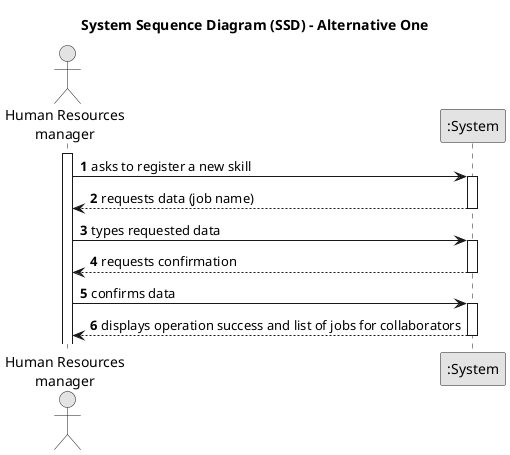
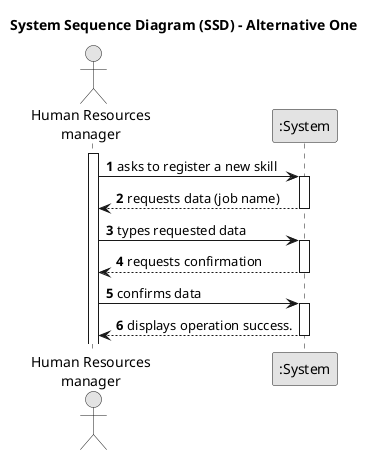
@startuml
skinparam monochrome true
skinparam packageStyle rectangle
skinparam shadowing false

title System Sequence Diagram (SSD) - Alternative One

autonumber

actor "Human Resources\nmanager" as Manager
participant ":System" as System

activate Manager

    Manager -> System : asks to register a new skill
    activate System

        System --> Manager : requests data (job name)
    deactivate System

   Manager  -> System : types requested data
    activate System

        System --> Manager  : requests confirmation
    deactivate System

    Manager  -> System : confirms data
    activate System

-         System --> Manager : displays operation success and list of jobs for collaborators
+         System --> Manager : displays operation success.
    deactivate System

@enduml